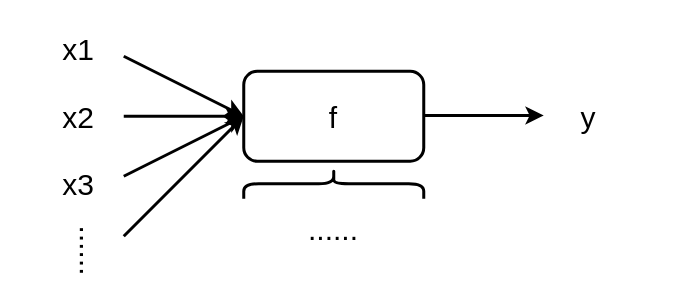
The draw.io diagram 未命名绘图.drawio in squack-dlh/c-_-, before the edit. Source tidied: cells renumbered, new cells numbered last; positions are measured from the earlier drawing's top-left corner, leaving out a move shared by most shapes. Both pictures are drawn from the tidied source at 150%, with x=0, y=0 at pixel (33, 26).
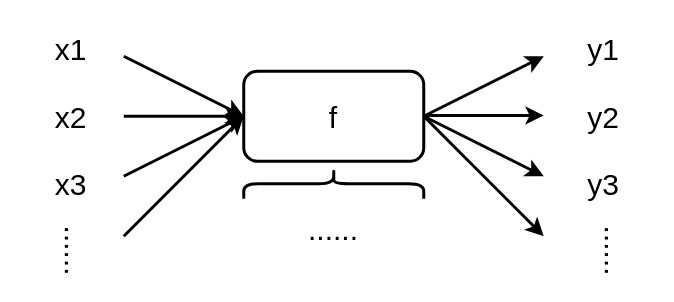
The same diagram, later.

Commit message (it also covers changes not shown here):
更新未命名绘图.drawio

Unchanged cells that the change refers to:
```xml
<mxCell id="2" value="&lt;font style=&quot;font-size: 20px;&quot;&gt;f&lt;/font&gt;" style="rounded=1;whiteSpace=wrap;html=1;strokeWidth=2;" parent="1" vertex="1">
  <mxGeometry x="140" y="30" width="120" height="60" as="geometry" />
</mxCell>
```

Change to the diagram source:
```diff
@@
     <mxCell id="5" value="&lt;font style=&quot;font-size: 20px;&quot;&gt;x2&lt;/font&gt;" style="text;html=1;align=center;verticalAlign=middle;whiteSpace=wrap;rounded=0;" parent="1" vertex="1">
-      <mxGeometry y="45" width="60" height="30" as="geometry" />
+      <mxGeometry x="-5" y="45" width="60" height="30" as="geometry" />
     </mxCell>
-    <mxCell id="6" value="&lt;font style=&quot;font-size: 20px;&quot;&gt;y&lt;/font&gt;" style="text;html=1;align=center;verticalAlign=middle;whiteSpace=wrap;rounded=0;" parent="1" vertex="1">
-      <mxGeometry x="340" y="45" width="60" height="30" as="geometry" />
+    <mxCell id="6" value="&lt;font style=&quot;font-size: 20px;&quot;&gt;y2&lt;/font&gt;" style="text;html=1;align=center;verticalAlign=middle;whiteSpace=wrap;rounded=0;" parent="1" vertex="1">
+      <mxGeometry x="350" y="45" width="60" height="30" as="geometry" />
     </mxCell>
@@
     <mxCell id="11" value="&lt;font style=&quot;font-size: 20px;&quot;&gt;x3&lt;/font&gt;" style="text;html=1;align=center;verticalAlign=middle;whiteSpace=wrap;rounded=0;" parent="1" vertex="1">
-      <mxGeometry y="90" width="60" height="30" as="geometry" />
+      <mxGeometry x="-5" y="90" width="60" height="30" as="geometry" />
     </mxCell>
     <mxCell id="12" value="&lt;font style=&quot;font-size: 20px;&quot;&gt;x1&lt;/font&gt;" style="text;html=1;align=center;verticalAlign=middle;whiteSpace=wrap;rounded=0;" parent="1" vertex="1">
-      <mxGeometry width="60" height="30" as="geometry" />
+      <mxGeometry x="-5" width="60" height="30" as="geometry" />
     </mxCell>
     <mxCell id="13" value="&lt;font style=&quot;font-size: 20px;&quot;&gt;......&lt;/font&gt;" style="text;html=1;align=center;verticalAlign=middle;whiteSpace=wrap;rounded=0;horizontal=0;" parent="1" vertex="1">
-      <mxGeometry x="10" y="135" width="30" height="30" as="geometry" />
+      <mxGeometry y="135" width="30" height="30" as="geometry" />
     </mxCell>
@@
+    <mxCell id="15" style="endArrow=classic;html=1;rounded=0;strokeWidth=2;" parent="1" edge="1">
+      <mxGeometry relative="1" as="geometry">
+        <mxPoint x="260" y="60" as="sourcePoint" />
+        <mxPoint x="340" y="20" as="targetPoint" />
+      </mxGeometry>
+    </mxCell>
+    <mxCell id="16" style="endArrow=classic;html=1;rounded=0;strokeWidth=2;exitX=1;exitY=0.5;exitDx=0;exitDy=0;" parent="1" edge="1" source="2">
+      <mxGeometry relative="1" as="geometry">
+        <mxPoint x="340" y="100" as="targetPoint" />
+      </mxGeometry>
+    </mxCell>
+    <mxCell id="17" style="endArrow=classic;html=1;rounded=0;strokeWidth=2;" parent="1" edge="1">
+      <mxGeometry relative="1" as="geometry">
+        <mxPoint x="260" y="60" as="sourcePoint" />
+        <mxPoint x="340" y="140" as="targetPoint" />
+      </mxGeometry>
+    </mxCell>
+    <mxCell id="18" value="&lt;font style=&quot;font-size: 20px;&quot;&gt;y1&lt;/font&gt;" style="text;html=1;align=center;verticalAlign=middle;whiteSpace=wrap;rounded=0;" parent="1" vertex="1">
+      <mxGeometry x="350" width="60" height="30" as="geometry" />
+    </mxCell>
+    <mxCell id="19" value="&lt;font style=&quot;font-size: 20px;&quot;&gt;y3&lt;/font&gt;" style="text;html=1;align=center;verticalAlign=middle;whiteSpace=wrap;rounded=0;" parent="1" vertex="1">
+      <mxGeometry x="350" y="90" width="60" height="30" as="geometry" />
+    </mxCell>
+    <mxCell id="20" value="&lt;font style=&quot;font-size: 20px;&quot;&gt;......&lt;/font&gt;" style="text;html=1;align=center;verticalAlign=middle;whiteSpace=wrap;rounded=0;horizontal=0;" parent="1" vertex="1">
+      <mxGeometry x="360" y="135" width="30" height="30" as="geometry" />
+    </mxCell>
```
